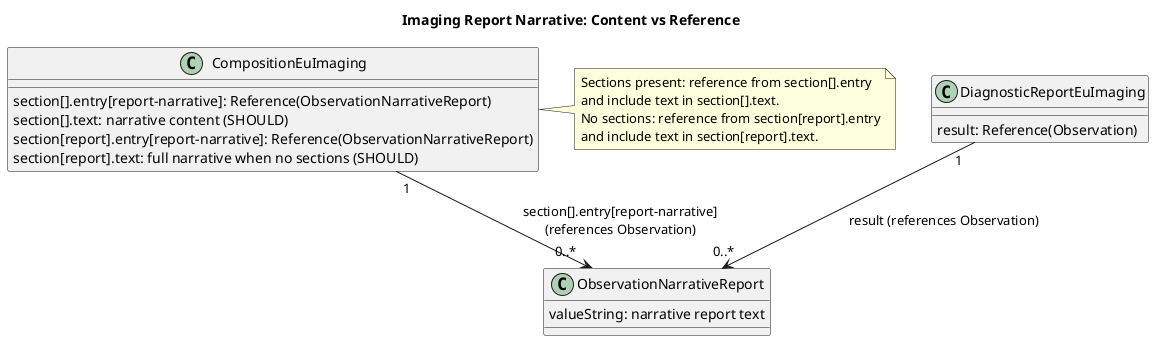
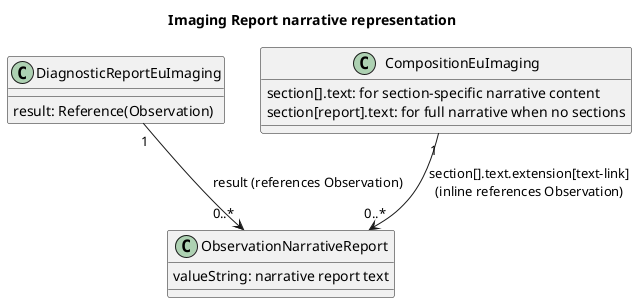
@startuml
- title Imaging Report Narrative: Content vs Reference
+ title Imaging Report narrative representation

skinparam classAttributeIconSize 0

class "ObservationNarrativeReport" as ONR {
	valueString: narrative report text
}

class "DiagnosticReportEuImaging" as DR {
	result: Reference(Observation)
}

class "CompositionEuImaging" as COMP {
- 	section[].entry[report-narrative]: Reference(ObservationNarrativeReport)
- 	section[].text: narrative content (SHOULD)
- 	section[report].entry[report-narrative]: Reference(ObservationNarrativeReport)
- 	section[report].text: full narrative when no sections (SHOULD)
+ 	section[].text: for section-specific narrative content
+ 	section[report].text: for full narrative when no sections
}

DR "1" --> "0..*" ONR : result (references Observation)
- COMP "1" --> "0..*" ONR : section[].entry[report-narrative]\n(references Observation)
- 
- note right of COMP
- Sections present: reference from section[].entry
- and include text in section[].text.
- No sections: reference from section[report].entry
- and include text in section[report].text.
- end note
+ COMP "1" --> "0..*" ONR : section[].text.extension[text-link]\n(inline references Observation)

@enduml